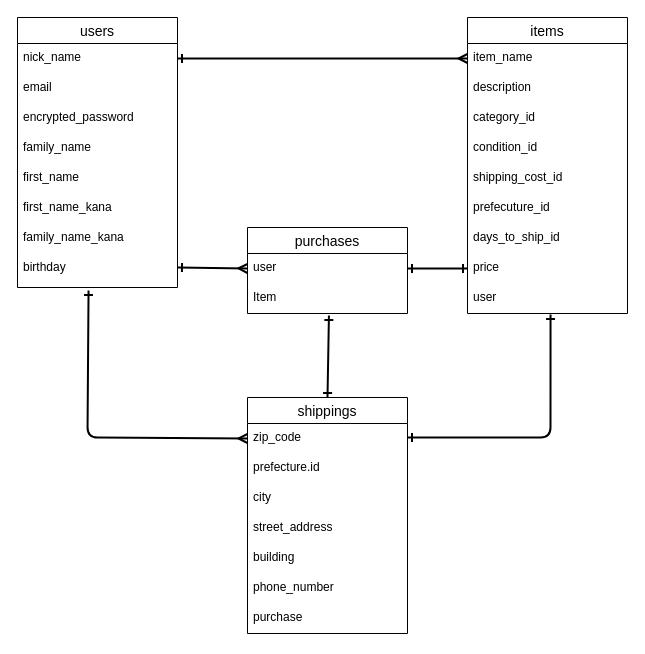
Above: test.dio in taku-luminary/furima-42019 (draw.io), before the change. Source tidied: cells renumbered, new cells numbered last; positions are measured from the earlier drawing's top-left corner, leaving out a move shared by most shapes. Both pictures are drawn from the tidied source at 100%, with x=0, y=0 at pixel (17, 17).
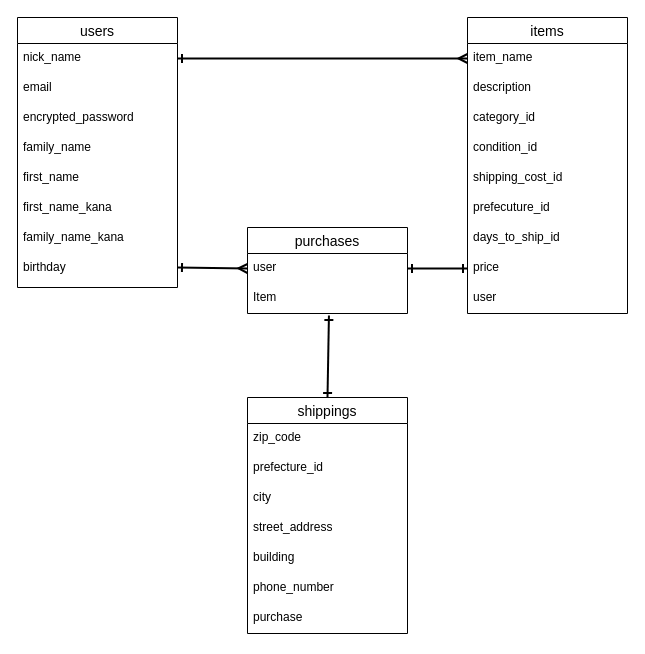
After the change.

Commit message (it also covers changes not shown here):
データベース設計3回目

The change refers to these unchanged cells:
```xml
<mxCell id="10" value="birthday" style="text;strokeColor=none;fillColor=none;spacingLeft=4;spacingRight=4;overflow=hidden;points=[[0,0.5],[1,0.5]];portConstraint=eastwest;fontSize=12;whiteSpace=wrap;html=1;" parent="2" vertex="1">
  <mxGeometry y="236" width="160" height="34" as="geometry" />
</mxCell>
<mxCell id="20" value="user" style="text;strokeColor=none;fillColor=none;spacingLeft=4;spacingRight=4;overflow=hidden;points=[[0,0.5],[1,0.5]];portConstraint=eastwest;fontSize=12;whiteSpace=wrap;html=1;" parent="11" vertex="1">
  <mxGeometry y="266" width="160" height="30" as="geometry" />
</mxCell>
<mxCell id="21" value="shippings" style="swimlane;fontStyle=0;horizontal=1;startSize=26;align=center;fontSize=14;" parent="1" vertex="1">
  <mxGeometry x="230" y="380" width="160" height="236" as="geometry" />
</mxCell>
<mxCell id="22" value="zip_code" style="text;strokeColor=none;fillColor=none;spacingLeft=4;spacingRight=4;overflow=hidden;points=[[0,0.5],[1,0.5]];portConstraint=eastwest;fontSize=12;whiteSpace=wrap;html=1;" parent="21" vertex="1">
  <mxGeometry y="26" width="160" height="30" as="geometry" />
</mxCell>
```

Change to the diagram source:
```diff
@@
-    <mxCell id="23" value="prefecture.id" style="text;strokeColor=none;fillColor=none;spacingLeft=4;spacingRight=4;overflow=hidden;fontSize=12;whiteSpace=wrap;html=1;" parent="21" vertex="1">
+    <mxCell id="23" value="prefecture_id" style="text;strokeColor=none;fillColor=none;spacingLeft=4;spacingRight=4;overflow=hidden;fontSize=12;whiteSpace=wrap;html=1;" parent="21" vertex="1">
       <mxGeometry y="56" width="160" height="30" as="geometry" />
     </mxCell>
@@
-    <mxCell id="30" style="edgeStyle=none;html=1;entryX=0;entryY=0.5;entryDx=0;entryDy=0;strokeWidth=2;startArrow=ERone;startFill=0;endArrow=ERmany;endFill=0;exitX=0.444;exitY=1.088;exitDx=0;exitDy=0;exitPerimeter=0;" parent="1" edge="1" source="10" target="22">
-      <mxGeometry relative="1" as="geometry">
-        <Array as="points">
-          <mxPoint x="70" y="420" />
-        </Array>
-      </mxGeometry>
-    </mxCell>
-    <mxCell id="31" style="edgeStyle=none;html=1;exitX=0.519;exitY=1.033;exitDx=0;exitDy=0;exitPerimeter=0;startArrow=ERone;startFill=0;endArrow=ERone;endFill=0;strokeWidth=2;entryX=1;entryY=0.467;entryDx=0;entryDy=0;entryPerimeter=0;" parent="1" edge="1" source="20" target="22">
-      <mxGeometry relative="1" as="geometry">
-        <Array as="points">
-          <mxPoint x="533" y="420" />
-        </Array>
-      </mxGeometry>
-    </mxCell>
```
